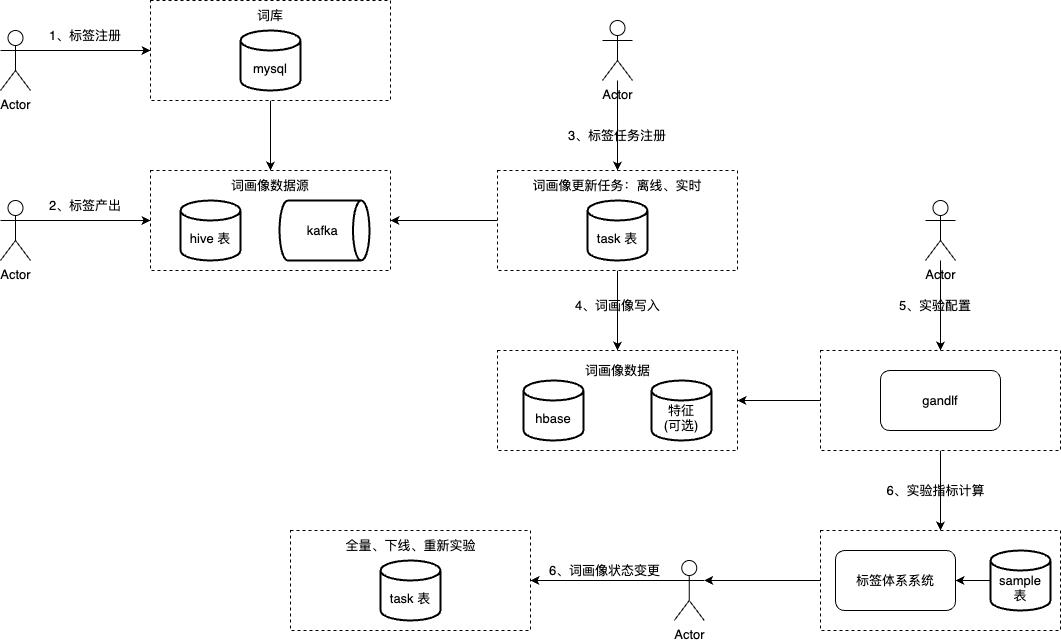
Before: work-draw-file/标签体系平台化初版流程图.png, a diagram exported from draw.io (liujunao/draw-data). Source tidied: cells renumbered, new cells last; positions are measured from the earlier drawing's top-left corner, leaving out a move shared by most shapes. Source of this version:
```xml
<mxGraphModel>
  <root>
    <mxCell id="0" />
    <mxCell id="1" parent="0" />
    <mxCell id="2" style="rounded=0;whiteSpace=wrap;html=1;dashed=1;" parent="1" vertex="1">
      <mxGeometry x="497" y="350" width="240" height="100" as="geometry" />
    </mxCell>
    <mxCell id="3" style="edgeStyle=orthogonalEdgeStyle;rounded=0;jettySize=auto;html=1;exitX=0.5;exitY=1;exitDx=0;exitDy=0;" parent="1" edge="1" source="4" target="17">
      <mxGeometry relative="1" as="geometry" />
    </mxCell>
    <mxCell id="4" style="rounded=0;whiteSpace=wrap;html=1;dashed=1;" parent="1" vertex="1">
      <mxGeometry x="150" width="240" height="100" as="geometry" />
    </mxCell>
    <mxCell id="5" style="edgeStyle=orthogonalEdgeStyle;rounded=0;jettySize=auto;html=1;exitX=0;exitY=0.5;exitDx=0;exitDy=0;entryX=1;entryY=0.5;entryDx=0;entryDy=0;" parent="1" edge="1" source="7" target="8">
      <mxGeometry relative="1" as="geometry" />
    </mxCell>
    <mxCell id="6" style="edgeStyle=orthogonalEdgeStyle;rounded=0;jettySize=auto;html=1;exitX=0.5;exitY=1;exitDx=0;exitDy=0;" parent="1" edge="1" source="7" target="2">
      <mxGeometry relative="1" as="geometry" />
    </mxCell>
    <mxCell id="7" style="rounded=0;whiteSpace=wrap;html=1;dashed=1;" parent="1" vertex="1">
      <mxGeometry x="497" y="170" width="240" height="100" as="geometry" />
    </mxCell>
    <mxCell id="8" style="rounded=0;whiteSpace=wrap;html=1;dashed=1;" parent="1" vertex="1">
      <mxGeometry x="150" y="170" width="240" height="100" as="geometry" />
    </mxCell>
    <mxCell id="9" value="&lt;br&gt;hive 表" style="strokeWidth=2;html=1;shape=mxgraph.flowchart.database;whiteSpace=wrap;" parent="1" vertex="1">
      <mxGeometry x="180" y="200" width="60" height="60" as="geometry" />
    </mxCell>
    <mxCell id="10" value="kafka&amp;nbsp;" style="strokeWidth=2;html=1;shape=mxgraph.flowchart.direct_data;whiteSpace=wrap;" parent="1" vertex="1">
      <mxGeometry x="279" y="200" width="90" height="60" as="geometry" />
    </mxCell>
    <mxCell id="11" value="&lt;br&gt;mysql" style="strokeWidth=2;html=1;shape=mxgraph.flowchart.database;whiteSpace=wrap;" parent="1" vertex="1">
      <mxGeometry x="240" y="30" width="60" height="60" as="geometry" />
    </mxCell>
    <mxCell id="12" style="edgeStyle=orthogonalEdgeStyle;rounded=0;jettySize=auto;html=1;exitX=1;exitY=0.3333333333333333;exitDx=0;exitDy=0;exitPerimeter=0;entryX=0;entryY=0.5;entryDx=0;entryDy=0;" parent="1" edge="1" source="13" target="4">
      <mxGeometry relative="1" as="geometry" />
    </mxCell>
    <mxCell id="13" value="Actor" style="shape=umlActor;verticalLabelPosition=bottom;verticalAlign=top;html=1;outlineConnect=0;" parent="1" vertex="1">
      <mxGeometry y="30" width="30" height="60" as="geometry" />
    </mxCell>
    <mxCell id="14" style="edgeStyle=orthogonalEdgeStyle;rounded=0;jettySize=auto;html=1;exitX=1;exitY=0.3333333333333333;exitDx=0;exitDy=0;exitPerimeter=0;" parent="1" edge="1" source="15" target="8">
      <mxGeometry relative="1" as="geometry" />
    </mxCell>
    <mxCell id="15" value="Actor" style="shape=umlActor;verticalLabelPosition=bottom;verticalAlign=top;html=1;outlineConnect=0;" parent="1" vertex="1">
      <mxGeometry y="200" width="30" height="60" as="geometry" />
    </mxCell>
    <mxCell id="16" value="2、标签产出" style="text;html=1;strokeColor=none;fillColor=none;align=center;verticalAlign=middle;whiteSpace=wrap;rounded=0;" parent="1" vertex="1">
      <mxGeometry x="45" y="190" width="80" height="30" as="geometry" />
    </mxCell>
    <mxCell id="17" value="词画像数据源" style="text;html=1;strokeColor=none;fillColor=none;align=center;verticalAlign=middle;whiteSpace=wrap;rounded=0;" parent="1" vertex="1">
      <mxGeometry x="220" y="170" width="100" height="30" as="geometry" />
    </mxCell>
    <mxCell id="18" value="词库" style="text;html=1;strokeColor=none;fillColor=none;align=center;verticalAlign=middle;whiteSpace=wrap;rounded=0;" parent="1" vertex="1">
      <mxGeometry x="240" width="60" height="30" as="geometry" />
    </mxCell>
    <mxCell id="19" value="&lt;br&gt;task 表" style="strokeWidth=2;html=1;shape=mxgraph.flowchart.database;whiteSpace=wrap;" parent="1" vertex="1">
      <mxGeometry x="587" y="200" width="60" height="60" as="geometry" />
    </mxCell>
    <mxCell id="20" value="词画像更新任务：离线、实时" style="text;html=1;strokeColor=none;fillColor=none;align=center;verticalAlign=middle;whiteSpace=wrap;rounded=0;" parent="1" vertex="1">
      <mxGeometry x="523" y="175" width="188" height="20" as="geometry" />
    </mxCell>
    <mxCell id="21" style="edgeStyle=orthogonalEdgeStyle;rounded=0;jettySize=auto;html=1;" parent="1" edge="1" source="22" target="7">
      <mxGeometry relative="1" as="geometry" />
    </mxCell>
    <mxCell id="22" value="Actor" style="shape=umlActor;verticalLabelPosition=bottom;verticalAlign=top;html=1;outlineConnect=0;" parent="1" vertex="1">
      <mxGeometry x="602" y="20" width="30" height="60" as="geometry" />
    </mxCell>
    <mxCell id="23" value="1、标签注册" style="text;html=1;strokeColor=none;fillColor=none;align=center;verticalAlign=middle;whiteSpace=wrap;rounded=0;" parent="1" vertex="1">
      <mxGeometry x="40" y="20" width="90" height="30" as="geometry" />
    </mxCell>
    <mxCell id="24" value="3、标签任务注册" style="text;html=1;strokeColor=none;fillColor=none;align=center;verticalAlign=middle;whiteSpace=wrap;rounded=0;" parent="1" vertex="1">
      <mxGeometry x="560.2" y="120" width="113.5" height="30" as="geometry" />
    </mxCell>
    <mxCell id="25" value="&lt;br&gt;hbase" style="strokeWidth=2;html=1;shape=mxgraph.flowchart.database;whiteSpace=wrap;" parent="1" vertex="1">
      <mxGeometry x="523" y="380" width="60" height="60" as="geometry" />
    </mxCell>
    <mxCell id="26" value="&lt;br&gt;特征&lt;br&gt;(可选)" style="strokeWidth=2;html=1;shape=mxgraph.flowchart.database;whiteSpace=wrap;" parent="1" vertex="1">
      <mxGeometry x="651" y="380" width="60" height="60" as="geometry" />
    </mxCell>
    <mxCell id="27" value="4、词画像写入" style="text;html=1;strokeColor=none;fillColor=none;align=center;verticalAlign=middle;whiteSpace=wrap;rounded=0;" parent="1" vertex="1">
      <mxGeometry x="570.5" y="290" width="93" height="30" as="geometry" />
    </mxCell>
    <mxCell id="28" value="词画像数据" style="text;html=1;strokeColor=none;fillColor=none;align=center;verticalAlign=middle;whiteSpace=wrap;rounded=0;" parent="1" vertex="1">
      <mxGeometry x="575.5" y="360" width="83" height="20" as="geometry" />
    </mxCell>
    <mxCell id="29" style="edgeStyle=orthogonalEdgeStyle;rounded=0;jettySize=auto;html=1;entryX=0.5;entryY=0;entryDx=0;entryDy=0;" parent="1" edge="1" source="30" target="33">
      <mxGeometry relative="1" as="geometry" />
    </mxCell>
    <mxCell id="30" value="Actor" style="shape=umlActor;verticalLabelPosition=bottom;verticalAlign=top;html=1;outlineConnect=0;" parent="1" vertex="1">
      <mxGeometry x="925" y="200" width="30" height="60" as="geometry" />
    </mxCell>
    <mxCell id="31" style="edgeStyle=orthogonalEdgeStyle;rounded=0;jettySize=auto;html=1;exitX=0;exitY=0.5;exitDx=0;exitDy=0;entryX=1;entryY=0.5;entryDx=0;entryDy=0;" parent="1" edge="1" source="33" target="2">
      <mxGeometry relative="1" as="geometry" />
    </mxCell>
    <mxCell id="32" style="edgeStyle=orthogonalEdgeStyle;rounded=0;jettySize=auto;html=1;exitX=0.5;exitY=1;exitDx=0;exitDy=0;" parent="1" edge="1" source="33" target="36">
      <mxGeometry relative="1" as="geometry" />
    </mxCell>
    <mxCell id="33" style="rounded=0;whiteSpace=wrap;html=1;dashed=1;" parent="1" vertex="1">
      <mxGeometry x="820" y="350" width="240" height="100" as="geometry" />
    </mxCell>
    <mxCell id="34" value="5、实验配置" style="text;html=1;strokeColor=none;fillColor=none;align=center;verticalAlign=middle;whiteSpace=wrap;rounded=0;" parent="1" vertex="1">
      <mxGeometry x="880" y="295" width="110" height="20" as="geometry" />
    </mxCell>
    <mxCell id="35" value="gandlf" style="rounded=1;whiteSpace=wrap;html=1;" parent="1" vertex="1">
      <mxGeometry x="880" y="370" width="120" height="60" as="geometry" />
    </mxCell>
    <mxCell id="36" style="rounded=0;whiteSpace=wrap;html=1;dashed=1;" parent="1" vertex="1">
      <mxGeometry x="820" y="530" width="240" height="100" as="geometry" />
    </mxCell>
    <mxCell id="37" value="标签体系系统" style="rounded=1;whiteSpace=wrap;html=1;" parent="1" vertex="1">
      <mxGeometry x="835" y="550" width="120" height="60" as="geometry" />
    </mxCell>
    <mxCell id="38" value="6、实验指标计算" style="text;html=1;strokeColor=none;fillColor=none;align=center;verticalAlign=middle;whiteSpace=wrap;rounded=0;" parent="1" vertex="1">
      <mxGeometry x="860.5" y="480" width="149" height="20" as="geometry" />
    </mxCell>
    <mxCell id="39" style="rounded=0;whiteSpace=wrap;html=1;dashed=1;" parent="1" vertex="1">
      <mxGeometry x="290" y="530" width="240" height="100" as="geometry" />
    </mxCell>
    <mxCell id="40" value="全量、下线、重新实验" style="text;html=1;strokeColor=none;fillColor=none;align=center;verticalAlign=middle;whiteSpace=wrap;rounded=0;" parent="1" vertex="1">
      <mxGeometry x="336.5" y="530" width="147" height="30" as="geometry" />
    </mxCell>
    <mxCell id="41" style="edgeStyle=orthogonalEdgeStyle;rounded=0;jettySize=auto;html=1;exitX=0;exitY=0.3333333333333333;exitDx=0;exitDy=0;exitPerimeter=0;" parent="1" edge="1" source="42" target="39">
      <mxGeometry relative="1" as="geometry" />
    </mxCell>
    <mxCell id="42" value="Actor" style="shape=umlActor;verticalLabelPosition=bottom;verticalAlign=top;html=1;outlineConnect=0;" parent="1" vertex="1">
      <mxGeometry x="673.8" y="560" width="30" height="60" as="geometry" />
    </mxCell>
    <mxCell id="43" style="edgeStyle=orthogonalEdgeStyle;rounded=0;jettySize=auto;html=1;exitX=0;exitY=0.5;exitDx=0;exitDy=0;exitPerimeter=0;entryX=1;entryY=0.5;entryDx=0;entryDy=0;" parent="1" edge="1" source="44" target="37">
      <mxGeometry relative="1" as="geometry" />
    </mxCell>
    <mxCell id="44" value="&lt;br&gt;sample 表" style="strokeWidth=2;html=1;shape=mxgraph.flowchart.database;whiteSpace=wrap;" parent="1" vertex="1">
      <mxGeometry x="990" y="550" width="60" height="60" as="geometry" />
    </mxCell>
    <mxCell id="45" value="&lt;br&gt;task 表" style="strokeWidth=2;html=1;shape=mxgraph.flowchart.database;whiteSpace=wrap;" parent="1" vertex="1">
      <mxGeometry x="380" y="560" width="60" height="60" as="geometry" />
    </mxCell>
    <mxCell id="46" value="6、词画像状态变更" style="text;html=1;strokeColor=none;fillColor=none;align=center;verticalAlign=middle;whiteSpace=wrap;rounded=0;" parent="1" vertex="1">
      <mxGeometry x="540" y="560" width="129" height="20" as="geometry" />
    </mxCell>
    <mxCell id="47" style="edgeStyle=orthogonalEdgeStyle;rounded=0;jettySize=auto;html=1;exitX=0;exitY=0.5;exitDx=0;exitDy=0;entryX=1;entryY=0.3333333333333333;entryDx=0;entryDy=0;entryPerimeter=0;" parent="1" edge="1" source="36" target="42">
      <mxGeometry relative="1" as="geometry" />
    </mxCell>
  </root>
</mxGraphModel>
```
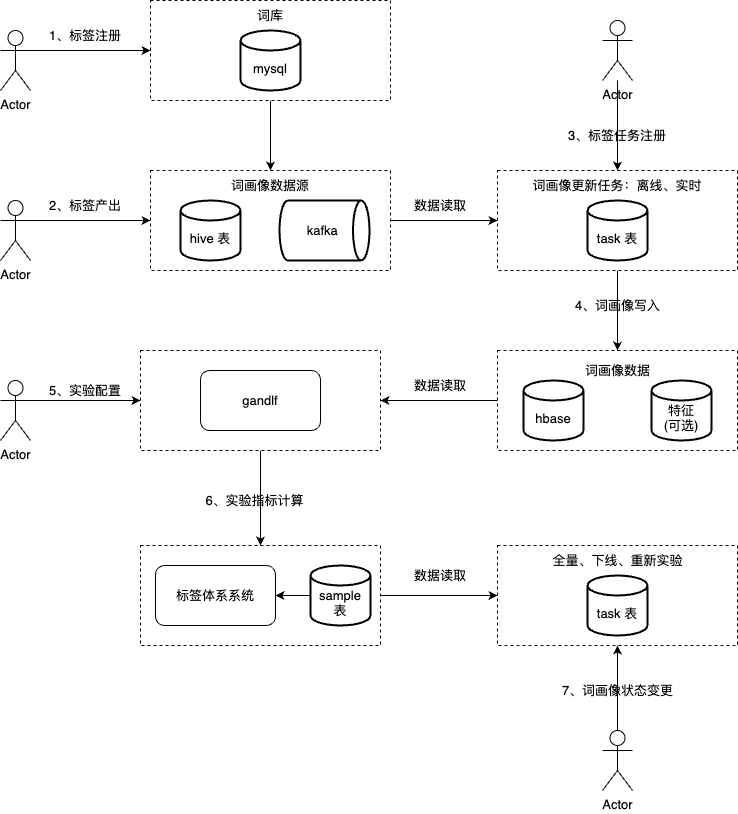
Above is the later version.

Commit message:
更新标签体系平台化初版流程图.png

Change to the diagram source:
```diff
@@ -2,6 +2,9 @@
   <root>
     <mxCell id="0" />
     <mxCell id="1" parent="0" />
+    <mxCell id="48" style="edgeStyle=orthogonalEdgeStyle;rounded=0;jettySize=auto;html=1;exitX=0;exitY=0.5;exitDx=0;exitDy=0;entryX=1;entryY=0.5;entryDx=0;entryDy=0;" parent="1" edge="1" source="2" target="33">
+      <mxGeometry relative="1" as="geometry" />
+    </mxCell>
     <mxCell id="2" style="rounded=0;whiteSpace=wrap;html=1;dashed=1;" parent="1" vertex="1">
       <mxGeometry x="497" y="350" width="240" height="100" as="geometry" />
     </mxCell>
@@ -11,15 +14,15 @@
     <mxCell id="4" style="rounded=0;whiteSpace=wrap;html=1;dashed=1;" parent="1" vertex="1">
       <mxGeometry x="150" width="240" height="100" as="geometry" />
     </mxCell>
-    <mxCell id="5" style="edgeStyle=orthogonalEdgeStyle;rounded=0;jettySize=auto;html=1;exitX=0;exitY=0.5;exitDx=0;exitDy=0;entryX=1;entryY=0.5;entryDx=0;entryDy=0;" parent="1" edge="1" source="7" target="8">
-      <mxGeometry relative="1" as="geometry" />
-    </mxCell>
     <mxCell id="6" style="edgeStyle=orthogonalEdgeStyle;rounded=0;jettySize=auto;html=1;exitX=0.5;exitY=1;exitDx=0;exitDy=0;" parent="1" edge="1" source="7" target="2">
       <mxGeometry relative="1" as="geometry" />
     </mxCell>
     <mxCell id="7" style="rounded=0;whiteSpace=wrap;html=1;dashed=1;" parent="1" vertex="1">
       <mxGeometry x="497" y="170" width="240" height="100" as="geometry" />
     </mxCell>
+    <mxCell id="49" style="edgeStyle=orthogonalEdgeStyle;rounded=0;jettySize=auto;html=1;exitX=1;exitY=0.5;exitDx=0;exitDy=0;" parent="1" edge="1" source="8" target="7">
+      <mxGeometry relative="1" as="geometry" />
+    </mxCell>
     <mxCell id="8" style="rounded=0;whiteSpace=wrap;html=1;dashed=1;" parent="1" vertex="1">
       <mxGeometry x="150" y="170" width="240" height="100" as="geometry" />
     </mxCell>
@@ -83,62 +86,68 @@
     <mxCell id="28" value="词画像数据" style="text;html=1;strokeColor=none;fillColor=none;align=center;verticalAlign=middle;whiteSpace=wrap;rounded=0;" parent="1" vertex="1">
       <mxGeometry x="575.5" y="360" width="83" height="20" as="geometry" />
     </mxCell>
-    <mxCell id="29" style="edgeStyle=orthogonalEdgeStyle;rounded=0;jettySize=auto;html=1;entryX=0.5;entryY=0;entryDx=0;entryDy=0;" parent="1" edge="1" source="30" target="33">
+    <mxCell id="29" style="edgeStyle=orthogonalEdgeStyle;rounded=0;jettySize=auto;html=1;exitX=1;exitY=0.3333333333333333;exitDx=0;exitDy=0;exitPerimeter=0;" parent="1" edge="1" source="30" target="33">
       <mxGeometry relative="1" as="geometry" />
     </mxCell>
     <mxCell id="30" value="Actor" style="shape=umlActor;verticalLabelPosition=bottom;verticalAlign=top;html=1;outlineConnect=0;" parent="1" vertex="1">
-      <mxGeometry x="925" y="200" width="30" height="60" as="geometry" />
+      <mxGeometry y="380" width="30" height="60" as="geometry" />
     </mxCell>
-    <mxCell id="31" style="edgeStyle=orthogonalEdgeStyle;rounded=0;jettySize=auto;html=1;exitX=0;exitY=0.5;exitDx=0;exitDy=0;entryX=1;entryY=0.5;entryDx=0;entryDy=0;" parent="1" edge="1" source="33" target="2">
-      <mxGeometry relative="1" as="geometry" />
-    </mxCell>
-    <mxCell id="32" style="edgeStyle=orthogonalEdgeStyle;rounded=0;jettySize=auto;html=1;exitX=0.5;exitY=1;exitDx=0;exitDy=0;" parent="1" edge="1" source="33" target="36">
+    <mxCell id="32" style="edgeStyle=orthogonalEdgeStyle;rounded=0;jettySize=auto;html=1;exitX=0.5;exitY=1;exitDx=0;exitDy=0;entryX=0.5;entryY=0;entryDx=0;entryDy=0;" parent="1" edge="1" source="33" target="36">
       <mxGeometry relative="1" as="geometry" />
     </mxCell>
     <mxCell id="33" style="rounded=0;whiteSpace=wrap;html=1;dashed=1;" parent="1" vertex="1">
-      <mxGeometry x="820" y="350" width="240" height="100" as="geometry" />
+      <mxGeometry x="140" y="350" width="240" height="100" as="geometry" />
     </mxCell>
     <mxCell id="34" value="5、实验配置" style="text;html=1;strokeColor=none;fillColor=none;align=center;verticalAlign=middle;whiteSpace=wrap;rounded=0;" parent="1" vertex="1">
-      <mxGeometry x="880" y="295" width="110" height="20" as="geometry" />
+      <mxGeometry x="40" y="380" width="90" height="20" as="geometry" />
     </mxCell>
     <mxCell id="35" value="gandlf" style="rounded=1;whiteSpace=wrap;html=1;" parent="1" vertex="1">
-      <mxGeometry x="880" y="370" width="120" height="60" as="geometry" />
+      <mxGeometry x="200" y="370" width="120" height="60" as="geometry" />
     </mxCell>
+    <mxCell id="50" style="edgeStyle=orthogonalEdgeStyle;rounded=0;jettySize=auto;html=1;exitX=1;exitY=0.5;exitDx=0;exitDy=0;entryX=0;entryY=0.5;entryDx=0;entryDy=0;" parent="1" edge="1" source="36" target="39">
+      <mxGeometry relative="1" as="geometry" />
+    </mxCell>
     <mxCell id="36" style="rounded=0;whiteSpace=wrap;html=1;dashed=1;" parent="1" vertex="1">
-      <mxGeometry x="820" y="530" width="240" height="100" as="geometry" />
+      <mxGeometry x="140" y="545" width="240" height="100" as="geometry" />
     </mxCell>
     <mxCell id="37" value="标签体系系统" style="rounded=1;whiteSpace=wrap;html=1;" parent="1" vertex="1">
-      <mxGeometry x="835" y="550" width="120" height="60" as="geometry" />
+      <mxGeometry x="155" y="565" width="120" height="60" as="geometry" />
     </mxCell>
     <mxCell id="38" value="6、实验指标计算" style="text;html=1;strokeColor=none;fillColor=none;align=center;verticalAlign=middle;whiteSpace=wrap;rounded=0;" parent="1" vertex="1">
-      <mxGeometry x="860.5" y="480" width="149" height="20" as="geometry" />
+      <mxGeometry x="180" y="490" width="149" height="20" as="geometry" />
     </mxCell>
     <mxCell id="39" style="rounded=0;whiteSpace=wrap;html=1;dashed=1;" parent="1" vertex="1">
-      <mxGeometry x="290" y="530" width="240" height="100" as="geometry" />
+      <mxGeometry x="497" y="545" width="240" height="100" as="geometry" />
     </mxCell>
     <mxCell id="40" value="全量、下线、重新实验" style="text;html=1;strokeColor=none;fillColor=none;align=center;verticalAlign=middle;whiteSpace=wrap;rounded=0;" parent="1" vertex="1">
-      <mxGeometry x="336.5" y="530" width="147" height="30" as="geometry" />
+      <mxGeometry x="543.5" y="545" width="147" height="30" as="geometry" />
     </mxCell>
-    <mxCell id="41" style="edgeStyle=orthogonalEdgeStyle;rounded=0;jettySize=auto;html=1;exitX=0;exitY=0.3333333333333333;exitDx=0;exitDy=0;exitPerimeter=0;" parent="1" edge="1" source="42" target="39">
+    <mxCell id="41" style="edgeStyle=orthogonalEdgeStyle;rounded=0;jettySize=auto;html=1;exitX=0.5;exitY=0;exitDx=0;exitDy=0;exitPerimeter=0;entryX=0.5;entryY=1;entryDx=0;entryDy=0;" parent="1" edge="1" source="42" target="39">
       <mxGeometry relative="1" as="geometry" />
     </mxCell>
     <mxCell id="42" value="Actor" style="shape=umlActor;verticalLabelPosition=bottom;verticalAlign=top;html=1;outlineConnect=0;" parent="1" vertex="1">
-      <mxGeometry x="673.8" y="560" width="30" height="60" as="geometry" />
+      <mxGeometry x="602" y="730" width="30" height="60" as="geometry" />
     </mxCell>
     <mxCell id="43" style="edgeStyle=orthogonalEdgeStyle;rounded=0;jettySize=auto;html=1;exitX=0;exitY=0.5;exitDx=0;exitDy=0;exitPerimeter=0;entryX=1;entryY=0.5;entryDx=0;entryDy=0;" parent="1" edge="1" source="44" target="37">
       <mxGeometry relative="1" as="geometry" />
     </mxCell>
     <mxCell id="44" value="&lt;br&gt;sample 表" style="strokeWidth=2;html=1;shape=mxgraph.flowchart.database;whiteSpace=wrap;" parent="1" vertex="1">
-      <mxGeometry x="990" y="550" width="60" height="60" as="geometry" />
+      <mxGeometry x="310" y="565" width="60" height="60" as="geometry" />
     </mxCell>
     <mxCell id="45" value="&lt;br&gt;task 表" style="strokeWidth=2;html=1;shape=mxgraph.flowchart.database;whiteSpace=wrap;" parent="1" vertex="1">
-      <mxGeometry x="380" y="560" width="60" height="60" as="geometry" />
+      <mxGeometry x="587" y="575" width="60" height="60" as="geometry" />
     </mxCell>
-    <mxCell id="46" value="6、词画像状态变更" style="text;html=1;strokeColor=none;fillColor=none;align=center;verticalAlign=middle;whiteSpace=wrap;rounded=0;" parent="1" vertex="1">
-      <mxGeometry x="540" y="560" width="129" height="20" as="geometry" />
+    <mxCell id="46" value="7、词画像状态变更" style="text;html=1;strokeColor=none;fillColor=none;align=center;verticalAlign=middle;whiteSpace=wrap;rounded=0;" parent="1" vertex="1">
+      <mxGeometry x="552.5" y="680" width="129" height="20" as="geometry" />
     </mxCell>
-    <mxCell id="47" style="edgeStyle=orthogonalEdgeStyle;rounded=0;jettySize=auto;html=1;exitX=0;exitY=0.5;exitDx=0;exitDy=0;entryX=1;entryY=0.3333333333333333;entryDx=0;entryDy=0;entryPerimeter=0;" parent="1" edge="1" source="36" target="42">
-      <mxGeometry relative="1" as="geometry" />
-    </mxCell>
+    <mxCell id="51" value="数据读取" style="text;html=1;strokeColor=none;fillColor=none;align=center;verticalAlign=middle;whiteSpace=wrap;rounded=0;" parent="1" vertex="1">
+      <mxGeometry x="410" y="190" width="60" height="30" as="geometry" />
+    </mxCell>
+    <mxCell id="52" value="数据读取" style="text;html=1;strokeColor=none;fillColor=none;align=center;verticalAlign=middle;whiteSpace=wrap;rounded=0;" parent="1" vertex="1">
+      <mxGeometry x="410" y="370" width="60" height="30" as="geometry" />
+    </mxCell>
+    <mxCell id="53" value="数据读取" style="text;html=1;strokeColor=none;fillColor=none;align=center;verticalAlign=middle;whiteSpace=wrap;rounded=0;" parent="1" vertex="1">
+      <mxGeometry x="410" y="560" width="60" height="30" as="geometry" />
+    </mxCell>
   </root>
 </mxGraphModel>
```
